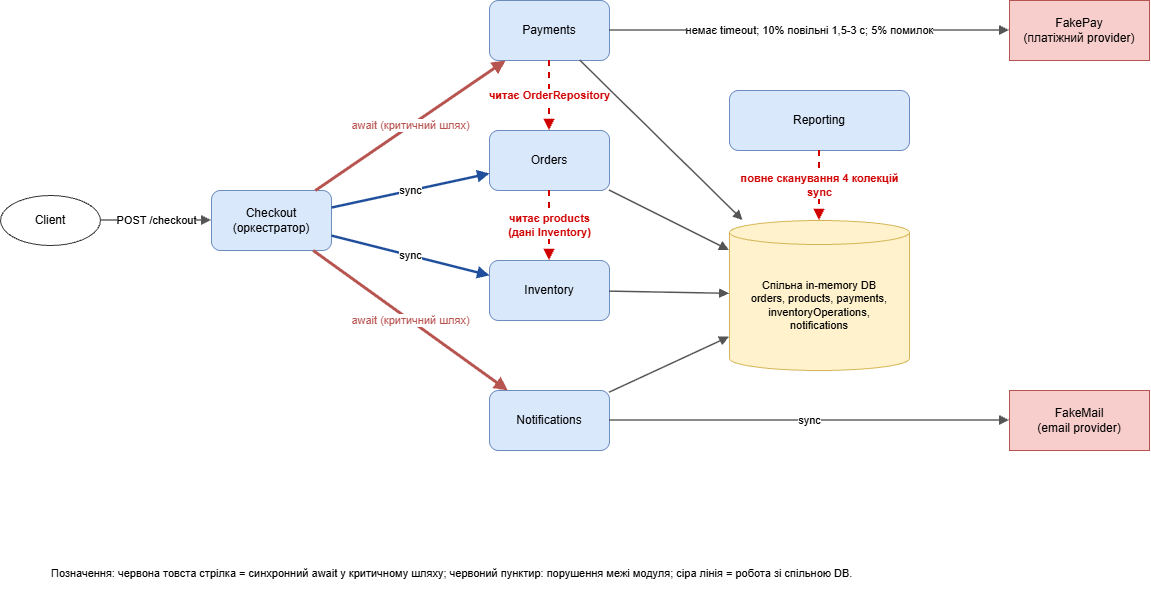
irynaboyarska/architecture-module-1 keeps this draw.io diagram as docs/current-architecture.png. Above is the earlier version. Source tidied: cells renumbered, new cells last; positions are measured from the earlier drawing's top-left corner, leaving out a move shared by most shapes. Source of this version:
```xml
<mxGraphModel>
  <root>
    <mxCell id="0" />
    <mxCell id="1" parent="0" />
    <mxCell id="2" value="Client" style="ellipse;whiteSpace=wrap;html=1;fillColor=#ffffff;strokeColor=#333333;fontSize=12;" parent="1" vertex="1">
      <mxGeometry y="195" width="100" height="50" as="geometry" />
    </mxCell>
    <mxCell id="3" value="Checkout&lt;br&gt;(оркестратор)" style="rounded=1;whiteSpace=wrap;html=1;fillColor=#dae8fc;strokeColor=#6c8ebf;fontSize=12;" parent="1" vertex="1">
      <mxGeometry x="211" y="190" width="120" height="60" as="geometry" />
    </mxCell>
    <mxCell id="4" value="Payments" style="rounded=1;whiteSpace=wrap;html=1;fillColor=#dae8fc;strokeColor=#6c8ebf;fontSize=12;" parent="1" vertex="1">
      <mxGeometry x="489" width="120" height="60" as="geometry" />
    </mxCell>
    <mxCell id="5" value="Orders" style="rounded=1;whiteSpace=wrap;html=1;fillColor=#dae8fc;strokeColor=#6c8ebf;fontSize=12;" parent="1" vertex="1">
      <mxGeometry x="489" y="130" width="120" height="60" as="geometry" />
    </mxCell>
    <mxCell id="6" value="Inventory" style="rounded=1;whiteSpace=wrap;html=1;fillColor=#dae8fc;strokeColor=#6c8ebf;fontSize=12;" parent="1" vertex="1">
      <mxGeometry x="489" y="260" width="120" height="60" as="geometry" />
    </mxCell>
    <mxCell id="7" value="Notifications" style="rounded=1;whiteSpace=wrap;html=1;fillColor=#dae8fc;strokeColor=#6c8ebf;fontSize=12;" parent="1" vertex="1">
      <mxGeometry x="489" y="390" width="120" height="60" as="geometry" />
    </mxCell>
    <mxCell id="8" value="Reporting" style="rounded=1;whiteSpace=wrap;html=1;fillColor=#dae8fc;strokeColor=#6c8ebf;fontSize=12;" parent="1" vertex="1">
      <mxGeometry x="729" y="90" width="180" height="60" as="geometry" />
    </mxCell>
    <mxCell id="9" value="Спільна in-memory DB&lt;br&gt;orders, products, payments,&lt;br&gt;inventoryOperations,&lt;br&gt;notifications" style="shape=cylinder3;whiteSpace=wrap;html=1;boundedLbl=1;backgroundOutline=1;size=12;fillColor=#fff2cc;strokeColor=#d6b656;fontSize=11;" parent="1" vertex="1">
      <mxGeometry x="729" y="220" width="180" height="150" as="geometry" />
    </mxCell>
    <mxCell id="10" value="FakePay&lt;br&gt;(платіжний provider)" style="rounded=0;whiteSpace=wrap;html=1;fillColor=#f8cecc;strokeColor=#b85450;fontSize=12;" parent="1" vertex="1">
      <mxGeometry x="1009" width="140" height="60" as="geometry" />
    </mxCell>
    <mxCell id="11" value="FakeMail&lt;br&gt;(email provider)" style="rounded=0;whiteSpace=wrap;html=1;fillColor=#f8cecc;strokeColor=#b85450;fontSize=12;" parent="1" vertex="1">
      <mxGeometry x="1009" y="390" width="140" height="60" as="geometry" />
    </mxCell>
    <mxCell id="12" value="Позначення: червона товста стрілка = синхронний await у критичному шляху; червоний пунктир: порушення межі модуля; сіра лінія = робота зі спільною DB." style="text;html=1;whiteSpace=wrap;align=left;verticalAlign=top;fontSize=11;" parent="1" vertex="1">
      <mxGeometry x="49" y="560" width="1100" height="40" as="geometry" />
    </mxCell>
    <mxCell id="13" value="POST /checkout" style="endArrow=block;html=1;strokeColor=#555555;strokeWidth=1.5;fontSize=11;labelBackgroundColor=#ffffff;" parent="1" edge="1" source="2" target="3">
      <mxGeometry relative="1" as="geometry" />
    </mxCell>
    <mxCell id="14" value="await (критичний шлях)" style="endArrow=block;html=1;strokeColor=#b85450;strokeWidth=3;fontSize=11;fontColor=#b85450;labelBackgroundColor=#ffffff;" parent="1" edge="1" source="3" target="4">
      <mxGeometry relative="1" as="geometry" />
    </mxCell>
    <mxCell id="15" value="sync" style="endArrow=block;html=1;strokeColor=#1f4e9c;strokeWidth=2.5;fontSize=11;labelBackgroundColor=#ffffff;" parent="1" edge="1" source="3" target="5">
      <mxGeometry relative="1" as="geometry" />
    </mxCell>
    <mxCell id="16" value="sync" style="endArrow=block;html=1;strokeColor=#1f4e9c;strokeWidth=2.5;fontSize=11;labelBackgroundColor=#ffffff;" parent="1" edge="1" source="3" target="6">
      <mxGeometry relative="1" as="geometry" />
    </mxCell>
    <mxCell id="17" value="await (критичний шлях)" style="endArrow=block;html=1;strokeColor=#b85450;strokeWidth=3;fontSize=11;fontColor=#b85450;labelBackgroundColor=#ffffff;" parent="1" edge="1" source="3" target="7">
      <mxGeometry relative="1" as="geometry" />
    </mxCell>
    <mxCell id="18" value="читає OrderRepository" style="endArrow=block;html=1;dashed=1;strokeColor=#d00000;strokeWidth=2;fontSize=11;fontColor=#d00000;fontStyle=1;labelBackgroundColor=#ffffff;" parent="1" edge="1" source="4" target="5">
      <mxGeometry relative="1" as="geometry" />
    </mxCell>
    <mxCell id="19" value="читає products&lt;br&gt;(дані Inventory)" style="endArrow=block;html=1;dashed=1;strokeColor=#d00000;strokeWidth=2;fontSize=11;fontColor=#d00000;fontStyle=1;labelBackgroundColor=#ffffff;" parent="1" edge="1" source="5" target="6">
      <mxGeometry relative="1" as="geometry" />
    </mxCell>
    <mxCell id="20" value="повне сканування 4 колекцій&lt;div&gt;sync&lt;/div&gt;" style="endArrow=block;html=1;dashed=1;strokeColor=#d00000;strokeWidth=2;fontSize=11;fontColor=#d00000;fontStyle=1;labelBackgroundColor=#ffffff;" parent="1" edge="1" source="8" target="9">
      <mxGeometry relative="1" as="geometry" />
    </mxCell>
    <mxCell id="21" style="endArrow=block;html=1;strokeColor=#555555;strokeWidth=1.5;fontSize=11;labelBackgroundColor=#ffffff;" parent="1" edge="1" source="4" target="9">
      <mxGeometry relative="1" as="geometry" />
    </mxCell>
    <mxCell id="22" style="endArrow=block;html=1;strokeColor=#555555;strokeWidth=1.5;fontSize=11;labelBackgroundColor=#ffffff;" parent="1" edge="1" source="5" target="9">
      <mxGeometry relative="1" as="geometry" />
    </mxCell>
    <mxCell id="23" style="endArrow=block;html=1;strokeColor=#555555;strokeWidth=1.5;fontSize=11;labelBackgroundColor=#ffffff;" parent="1" edge="1" source="6" target="9">
      <mxGeometry relative="1" as="geometry" />
    </mxCell>
    <mxCell id="24" style="endArrow=block;html=1;strokeColor=#555555;strokeWidth=1.5;fontSize=11;labelBackgroundColor=#ffffff;" parent="1" edge="1" source="7" target="9">
      <mxGeometry relative="1" as="geometry" />
    </mxCell>
    <mxCell id="25" value="немає timeout; 10% повільні 1,5-3 с; 5% помилок" style="endArrow=block;html=1;strokeColor=#555555;strokeWidth=1.5;fontSize=11;labelBackgroundColor=#ffffff;" parent="1" edge="1" source="4" target="10">
      <mxGeometry relative="1" as="geometry" />
    </mxCell>
    <mxCell id="26" value="sync" style="endArrow=block;html=1;strokeColor=#555555;strokeWidth=1.5;fontSize=11;labelBackgroundColor=#ffffff;" parent="1" edge="1" source="7" target="11">
      <mxGeometry relative="1" as="geometry" />
    </mxCell>
  </root>
</mxGraphModel>
```
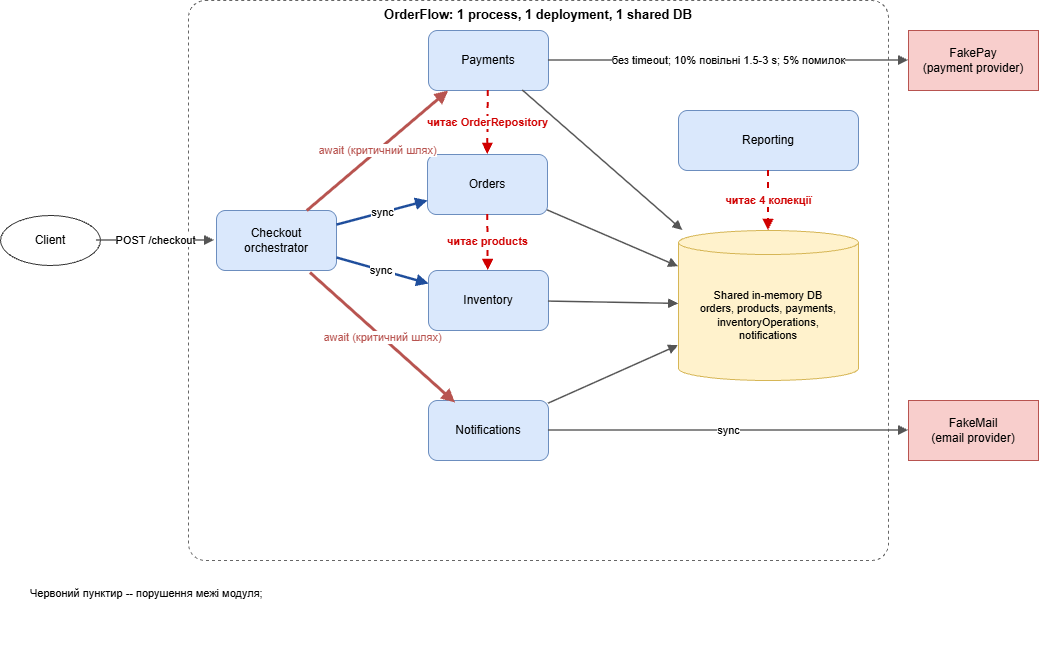
After the change.

Change to the diagram source:
```diff
@@ -2,61 +2,73 @@
   <root>
     <mxCell id="0" />
     <mxCell id="1" parent="0" />
+    <mxCell id="27" value="OrderFlow: 1 process, 1 deployment, 1 shared DB" style="rounded=1;whiteSpace=wrap;html=1;dashed=1;fillColor=none;strokeColor=#666666;verticalAlign=top;fontStyle=1;fontSize=13;arcSize=3;" parent="1" vertex="1">
+      <mxGeometry x="189" y="-20" width="700" height="560" as="geometry" />
+    </mxCell>
     <mxCell id="2" value="Client" style="ellipse;whiteSpace=wrap;html=1;fillColor=#ffffff;strokeColor=#333333;fontSize=12;" parent="1" vertex="1">
-      <mxGeometry y="195" width="100" height="50" as="geometry" />
+      <mxGeometry x="1" y="195" width="100" height="50" as="geometry" />
     </mxCell>
-    <mxCell id="3" value="Checkout&lt;br&gt;(оркестратор)" style="rounded=1;whiteSpace=wrap;html=1;fillColor=#dae8fc;strokeColor=#6c8ebf;fontSize=12;" parent="1" vertex="1">
-      <mxGeometry x="211" y="190" width="120" height="60" as="geometry" />
+    <mxCell id="3" value="Checkout&lt;br&gt;orchestrator" style="rounded=1;whiteSpace=wrap;html=1;fillColor=#dae8fc;strokeColor=#6c8ebf;fontSize=12;" parent="1" vertex="1">
+      <mxGeometry x="217" y="190" width="120" height="60" as="geometry" />
     </mxCell>
     <mxCell id="4" value="Payments" style="rounded=1;whiteSpace=wrap;html=1;fillColor=#dae8fc;strokeColor=#6c8ebf;fontSize=12;" parent="1" vertex="1">
-      <mxGeometry x="489" width="120" height="60" as="geometry" />
+      <mxGeometry x="429" y="10" width="120" height="60" as="geometry" />
     </mxCell>
     <mxCell id="5" value="Orders" style="rounded=1;whiteSpace=wrap;html=1;fillColor=#dae8fc;strokeColor=#6c8ebf;fontSize=12;" parent="1" vertex="1">
-      <mxGeometry x="489" y="130" width="120" height="60" as="geometry" />
+      <mxGeometry x="428" y="134" width="120" height="60" as="geometry" />
     </mxCell>
     <mxCell id="6" value="Inventory" style="rounded=1;whiteSpace=wrap;html=1;fillColor=#dae8fc;strokeColor=#6c8ebf;fontSize=12;" parent="1" vertex="1">
-      <mxGeometry x="489" y="260" width="120" height="60" as="geometry" />
+      <mxGeometry x="429" y="250" width="120" height="60" as="geometry" />
     </mxCell>
     <mxCell id="7" value="Notifications" style="rounded=1;whiteSpace=wrap;html=1;fillColor=#dae8fc;strokeColor=#6c8ebf;fontSize=12;" parent="1" vertex="1">
-      <mxGeometry x="489" y="390" width="120" height="60" as="geometry" />
+      <mxGeometry x="429" y="380" width="120" height="60" as="geometry" />
     </mxCell>
     <mxCell id="8" value="Reporting" style="rounded=1;whiteSpace=wrap;html=1;fillColor=#dae8fc;strokeColor=#6c8ebf;fontSize=12;" parent="1" vertex="1">
-      <mxGeometry x="729" y="90" width="180" height="60" as="geometry" />
+      <mxGeometry x="679" y="90" width="180" height="60" as="geometry" />
     </mxCell>
-    <mxCell id="9" value="Спільна in-memory DB&lt;br&gt;orders, products, payments,&lt;br&gt;inventoryOperations,&lt;br&gt;notifications" style="shape=cylinder3;whiteSpace=wrap;html=1;boundedLbl=1;backgroundOutline=1;size=12;fillColor=#fff2cc;strokeColor=#d6b656;fontSize=11;" parent="1" vertex="1">
-      <mxGeometry x="729" y="220" width="180" height="150" as="geometry" />
+    <mxCell id="9" value="Shared in-memory DB&lt;br&gt;orders, products, payments,&lt;br&gt;inventoryOperations,&lt;br&gt;notifications" style="shape=cylinder3;whiteSpace=wrap;html=1;boundedLbl=1;backgroundOutline=1;size=12;fillColor=#fff2cc;strokeColor=#d6b656;fontSize=11;" parent="1" vertex="1">
+      <mxGeometry x="679" y="210" width="180" height="150" as="geometry" />
     </mxCell>
-    <mxCell id="10" value="FakePay&lt;br&gt;(платіжний provider)" style="rounded=0;whiteSpace=wrap;html=1;fillColor=#f8cecc;strokeColor=#b85450;fontSize=12;" parent="1" vertex="1">
-      <mxGeometry x="1009" width="140" height="60" as="geometry" />
+    <mxCell id="10" value="FakePay&lt;br&gt;(payment provider)" style="rounded=0;whiteSpace=wrap;html=1;fillColor=#f8cecc;strokeColor=#b85450;fontSize=12;" parent="1" vertex="1">
+      <mxGeometry x="909" y="10" width="130" height="60" as="geometry" />
     </mxCell>
     <mxCell id="11" value="FakeMail&lt;br&gt;(email provider)" style="rounded=0;whiteSpace=wrap;html=1;fillColor=#f8cecc;strokeColor=#b85450;fontSize=12;" parent="1" vertex="1">
-      <mxGeometry x="1009" y="390" width="140" height="60" as="geometry" />
+      <mxGeometry x="909" y="380" width="130" height="60" as="geometry" />
     </mxCell>
-    <mxCell id="12" value="Позначення: червона товста стрілка = синхронний await у критичному шляху; червоний пунктир: порушення межі модуля; сіра лінія = робота зі спільною DB." style="text;html=1;whiteSpace=wrap;align=left;verticalAlign=top;fontSize=11;" parent="1" vertex="1">
-      <mxGeometry x="49" y="560" width="1100" height="40" as="geometry" />
+    <mxCell id="12" value="Червоний пунктир -- порушення межі модуля;" style="text;html=1;whiteSpace=wrap;align=left;verticalAlign=top;fontSize=11;" parent="1" vertex="1">
+      <mxGeometry x="29" y="560" width="840" height="70" as="geometry" />
     </mxCell>
-    <mxCell id="13" value="POST /checkout" style="endArrow=block;html=1;strokeColor=#555555;strokeWidth=1.5;fontSize=11;labelBackgroundColor=#ffffff;" parent="1" edge="1" source="2" target="3">
-      <mxGeometry relative="1" as="geometry" />
+    <mxCell id="13" value="POST /checkout" style="endArrow=block;html=1;strokeColor=#555555;strokeWidth=1.5;fontSize=11;labelBackgroundColor=#ffffff;" parent="1" edge="1">
+      <mxGeometry relative="1" as="geometry">
+        <mxPoint x="97" y="220" as="sourcePoint" />
+        <mxPoint x="215" y="220" as="targetPoint" />
+      </mxGeometry>
     </mxCell>
-    <mxCell id="14" value="await (критичний шлях)" style="endArrow=block;html=1;strokeColor=#b85450;strokeWidth=3;fontSize=11;fontColor=#b85450;labelBackgroundColor=#ffffff;" parent="1" edge="1" source="3" target="4">
-      <mxGeometry relative="1" as="geometry" />
+    <mxCell id="14" value="await (критичний шлях)" style="endArrow=block;html=1;strokeColor=#b85450;strokeWidth=3;fontSize=11;fontColor=#b85450;labelBackgroundColor=#ffffff;" parent="1" edge="1">
+      <mxGeometry relative="1" as="geometry">
+        <mxPoint x="307.3" y="190" as="sourcePoint" />
+        <mxPoint x="448.7" y="70" as="targetPoint" />
+      </mxGeometry>
     </mxCell>
     <mxCell id="15" value="sync" style="endArrow=block;html=1;strokeColor=#1f4e9c;strokeWidth=2.5;fontSize=11;labelBackgroundColor=#ffffff;" parent="1" edge="1" source="3" target="5">
       <mxGeometry relative="1" as="geometry" />
     </mxCell>
-    <mxCell id="16" value="sync" style="endArrow=block;html=1;strokeColor=#1f4e9c;strokeWidth=2.5;fontSize=11;labelBackgroundColor=#ffffff;" parent="1" edge="1" source="3" target="6">
+    <mxCell id="16" value="sync&amp;nbsp;" style="endArrow=block;html=1;strokeColor=#1f4e9c;strokeWidth=2.5;fontSize=11;labelBackgroundColor=#ffffff;" parent="1" edge="1" source="3" target="6">
       <mxGeometry relative="1" as="geometry" />
     </mxCell>
-    <mxCell id="17" value="await (критичний шлях)" style="endArrow=block;html=1;strokeColor=#b85450;strokeWidth=3;fontSize=11;fontColor=#b85450;labelBackgroundColor=#ffffff;" parent="1" edge="1" source="3" target="7">
-      <mxGeometry relative="1" as="geometry" />
+    <mxCell id="17" value="await (критичний шлях)" style="endArrow=block;html=1;strokeColor=#b85450;strokeWidth=3;fontSize=11;fontColor=#b85450;labelBackgroundColor=#ffffff;" parent="1" edge="1">
+      <mxGeometry relative="1" as="geometry">
+        <mxPoint x="310.5" y="252" as="sourcePoint" />
+        <mxPoint x="455.5" y="382" as="targetPoint" />
+      </mxGeometry>
     </mxCell>
     <mxCell id="18" value="читає OrderRepository" style="endArrow=block;html=1;dashed=1;strokeColor=#d00000;strokeWidth=2;fontSize=11;fontColor=#d00000;fontStyle=1;labelBackgroundColor=#ffffff;" parent="1" edge="1" source="4" target="5">
       <mxGeometry relative="1" as="geometry" />
     </mxCell>
-    <mxCell id="19" value="читає products&lt;br&gt;(дані Inventory)" style="endArrow=block;html=1;dashed=1;strokeColor=#d00000;strokeWidth=2;fontSize=11;fontColor=#d00000;fontStyle=1;labelBackgroundColor=#ffffff;" parent="1" edge="1" source="5" target="6">
+    <mxCell id="19" value="читає products" style="endArrow=block;html=1;dashed=1;strokeColor=#d00000;strokeWidth=2;fontSize=11;fontColor=#d00000;fontStyle=1;labelBackgroundColor=#ffffff;" parent="1" edge="1" source="5" target="6">
       <mxGeometry relative="1" as="geometry" />
     </mxCell>
-    <mxCell id="20" value="повне сканування 4 колекцій&lt;div&gt;sync&lt;/div&gt;" style="endArrow=block;html=1;dashed=1;strokeColor=#d00000;strokeWidth=2;fontSize=11;fontColor=#d00000;fontStyle=1;labelBackgroundColor=#ffffff;" parent="1" edge="1" source="8" target="9">
+    <mxCell id="20" value="читає 4 колекції" style="endArrow=block;html=1;dashed=1;strokeColor=#d00000;strokeWidth=2;fontSize=11;fontColor=#d00000;fontStyle=1;labelBackgroundColor=#ffffff;" parent="1" edge="1" source="8" target="9">
       <mxGeometry relative="1" as="geometry" />
     </mxCell>
     <mxCell id="21" style="endArrow=block;html=1;strokeColor=#555555;strokeWidth=1.5;fontSize=11;labelBackgroundColor=#ffffff;" parent="1" edge="1" source="4" target="9">
@@ -71,7 +83,7 @@
     <mxCell id="24" style="endArrow=block;html=1;strokeColor=#555555;strokeWidth=1.5;fontSize=11;labelBackgroundColor=#ffffff;" parent="1" edge="1" source="7" target="9">
       <mxGeometry relative="1" as="geometry" />
     </mxCell>
-    <mxCell id="25" value="немає timeout; 10% повільні 1,5-3 с; 5% помилок" style="endArrow=block;html=1;strokeColor=#555555;strokeWidth=1.5;fontSize=11;labelBackgroundColor=#ffffff;" parent="1" edge="1" source="4" target="10">
+    <mxCell id="25" value="без timeout; 10% повільні 1.5-3 s; 5% помилок" style="endArrow=block;html=1;strokeColor=#555555;strokeWidth=1.5;fontSize=11;labelBackgroundColor=#ffffff;" parent="1" edge="1" source="4" target="10">
       <mxGeometry relative="1" as="geometry" />
     </mxCell>
     <mxCell id="26" value="sync" style="endArrow=block;html=1;strokeColor=#555555;strokeWidth=1.5;fontSize=11;labelBackgroundColor=#ffffff;" parent="1" edge="1" source="7" target="11">
```
